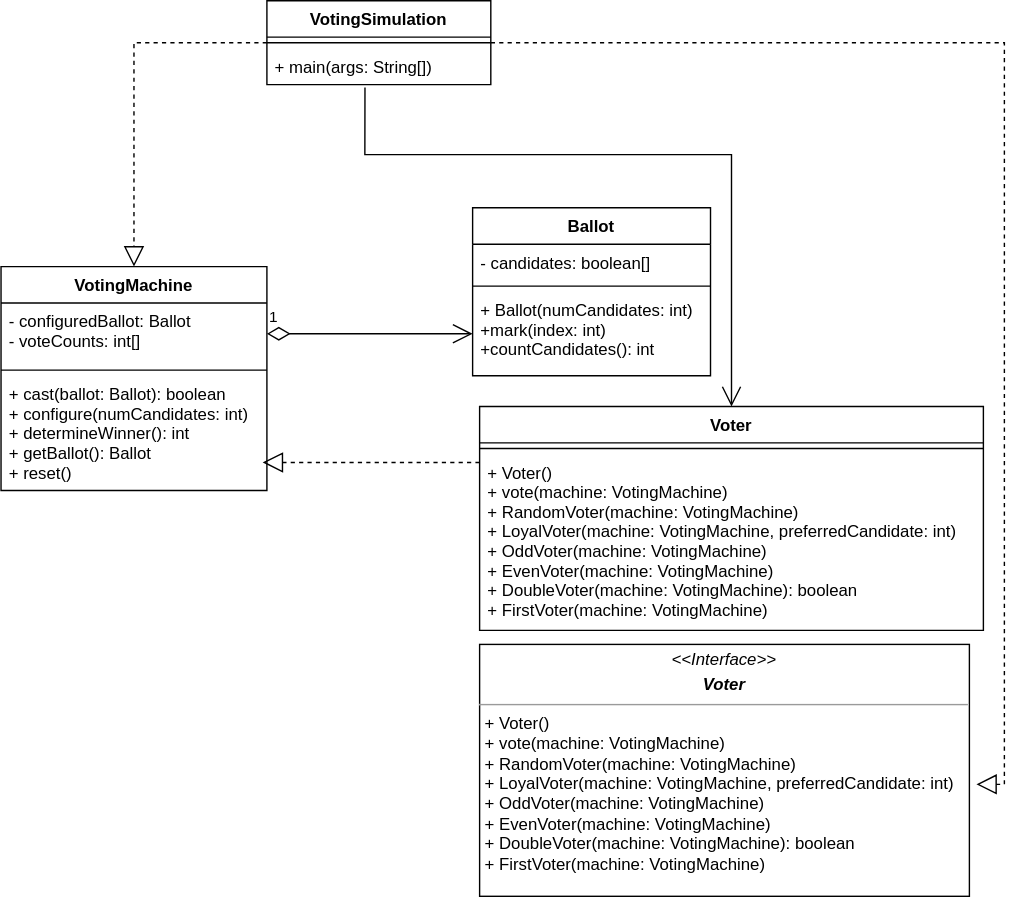
This is Project 4/src/UML_Diagram.svg from ConnorFleischman/Fleischman-Project, a draw.io export, as it was before one commit. Source tidied: cells renumbered, new cells last; positions are measured from the earlier drawing's top-left corner, leaving out a move shared by most shapes. Source of this version:
```xml
<mxGraphModel>
  <root>
    <mxCell id="0" />
    <mxCell id="1" parent="0" />
    <mxCell id="2" value="VotingMachine" style="swimlane;fontStyle=1;align=center;verticalAlign=top;horizontal=1;startSize=26;" parent="1" vertex="1">
      <mxGeometry y="190" width="190" height="160" as="geometry" />
    </mxCell>
    <mxCell id="3" value="- configuredBallot: Ballot&#10;- voteCounts: int[]" style="text;strokeColor=none;fillColor=none;align=left;verticalAlign=top;spacingLeft=4;spacingRight=4;overflow=hidden;points=[[0,0.5],[1,0.5]];portConstraint=eastwest;" parent="2" vertex="1">
      <mxGeometry y="26" width="190" height="44" as="geometry" />
    </mxCell>
    <mxCell id="4" style="line;strokeWidth=1;fillColor=none;align=left;verticalAlign=middle;spacingTop=-1;spacingLeft=3;spacingRight=3;labelPosition=right;strokeColor=inherit;" parent="2" vertex="1">
      <mxGeometry y="70" width="190" height="8" as="geometry" />
    </mxCell>
    <mxCell id="5" value="+ cast(ballot: Ballot): boolean&#10;+ configure(numCandidates: int)&#10;+ determineWinner(): int&#10;+ getBallot(): Ballot&#10;+ reset()" style="text;strokeColor=none;fillColor=none;align=left;verticalAlign=top;spacingLeft=4;spacingRight=4;overflow=hidden;points=[[0,0.5],[1,0.5]];portConstraint=eastwest;" parent="2" vertex="1">
      <mxGeometry y="78" width="190" height="82" as="geometry" />
    </mxCell>
    <mxCell id="6" value="VotingSimulation" style="swimlane;fontStyle=1;align=center;verticalAlign=top;horizontal=1;startSize=26;" parent="1" vertex="1">
      <mxGeometry x="190" width="160" height="60" as="geometry" />
    </mxCell>
    <mxCell id="7" style="line;strokeWidth=1;fillColor=none;align=left;verticalAlign=middle;spacingTop=-1;spacingLeft=3;spacingRight=3;labelPosition=right;strokeColor=inherit;" parent="6" vertex="1">
      <mxGeometry y="26" width="160" height="8" as="geometry" />
    </mxCell>
    <mxCell id="8" value="+ main(args: String[])" style="text;strokeColor=none;fillColor=none;align=left;verticalAlign=top;spacingLeft=4;spacingRight=4;overflow=hidden;points=[[0,0.5],[1,0.5]];portConstraint=eastwest;" parent="6" vertex="1">
      <mxGeometry y="34" width="160" height="26" as="geometry" />
    </mxCell>
    <mxCell id="9" style="endArrow=block;dashed=1;endFill=0;endSize=12;html=1;rounded=0;exitX=0;exitY=0.5;exitDx=0;exitDy=0;entryX=0.5;entryY=0;entryDx=0;entryDy=0;" parent="1" edge="1" source="6" target="2">
      <mxGeometry relative="1" as="geometry">
        <Array as="points">
          <mxPoint x="95" y="30" />
        </Array>
      </mxGeometry>
    </mxCell>
    <mxCell id="10" value="Ballot" style="swimlane;fontStyle=1;align=center;verticalAlign=top;horizontal=1;startSize=26;" parent="1" vertex="1">
      <mxGeometry x="337" y="148" width="170" height="120" as="geometry" />
    </mxCell>
    <mxCell id="11" value="- candidates: boolean[]" style="text;strokeColor=none;fillColor=none;align=left;verticalAlign=top;spacingLeft=4;spacingRight=4;overflow=hidden;" parent="10" vertex="1">
      <mxGeometry y="26" width="170" height="26" as="geometry" />
    </mxCell>
    <mxCell id="12" style="line;strokeWidth=1;fillColor=none;align=left;verticalAlign=middle;spacingTop=-1;spacingLeft=3;spacingRight=3;labelPosition=right;strokeColor=inherit;" parent="10" vertex="1">
      <mxGeometry y="52" width="170" height="8" as="geometry" />
    </mxCell>
    <mxCell id="13" value="+ Ballot(numCandidates: int)&#10;+mark(index: int)&#10;+countCandidates(): int" style="text;strokeColor=none;fillColor=none;align=left;verticalAlign=top;spacingLeft=4;spacingRight=4;overflow=hidden;points=[[0,0.5],[1,0.5]];portConstraint=eastwest;" parent="10" vertex="1">
      <mxGeometry y="60" width="170" height="60" as="geometry" />
    </mxCell>
    <mxCell id="14" value="Voter" style="swimlane;fontStyle=1;align=center;verticalAlign=top;horizontal=1;startSize=26;" parent="1" vertex="1">
      <mxGeometry x="342" y="290" width="360" height="160" as="geometry" />
    </mxCell>
    <mxCell id="15" style="line;strokeWidth=1;fillColor=none;align=left;verticalAlign=middle;spacingTop=-1;spacingLeft=3;spacingRight=3;labelPosition=right;strokeColor=inherit;" parent="14" vertex="1">
      <mxGeometry y="26" width="360" height="8" as="geometry" />
    </mxCell>
    <mxCell id="16" value="+ Voter()&#10;+ vote(machine: VotingMachine)&#10;+ RandomVoter(machine: VotingMachine)&#10;+ LoyalVoter(machine: VotingMachine, preferredCandidate: int)&#10;+ OddVoter(machine: VotingMachine)&#10;+ EvenVoter(machine: VotingMachine)&#10;+ DoubleVoter(machine: VotingMachine): boolean&#10;+ FirstVoter(machine: VotingMachine)" style="text;strokeColor=none;fillColor=none;align=left;verticalAlign=top;spacingLeft=4;spacingRight=4;overflow=hidden;" parent="14" vertex="1">
      <mxGeometry y="34" width="360" height="126" as="geometry" />
    </mxCell>
    <mxCell id="17" style="endArrow=block;dashed=1;endFill=0;endSize=12;html=1;rounded=0;exitX=0;exitY=0.25;exitDx=0;exitDy=0;" parent="1" edge="1" source="14">
      <mxGeometry relative="1" as="geometry">
        <mxPoint x="187" y="330" as="targetPoint" />
      </mxGeometry>
    </mxCell>
    <mxCell id="18" value="1" style="endArrow=open;html=1;endSize=12;startArrow=diamondThin;startSize=14;startFill=0;edgeStyle=orthogonalEdgeStyle;align=left;verticalAlign=bottom;rounded=0;exitX=1;exitY=0.5;exitDx=0;exitDy=0;entryX=0;entryY=0.5;entryDx=0;entryDy=0;" parent="1" edge="1" source="3" target="13">
      <mxGeometry x="-1" y="3" relative="1" as="geometry" />
    </mxCell>
    <mxCell id="19" value="&lt;p style=&quot;margin:0px;margin-top:4px;text-align:center;&quot;&gt;&lt;i&gt;&amp;lt;&amp;lt;Interface&amp;gt;&amp;gt;&lt;/i&gt;&lt;/p&gt;&lt;p style=&quot;margin:0px;margin-top:4px;text-align:center;&quot;&gt;&lt;i&gt;&lt;b&gt;Voter&lt;/b&gt;&lt;/i&gt;&lt;/p&gt;&lt;hr size=&quot;1&quot;&gt;&lt;p style=&quot;margin:0px;margin-left:4px;&quot;&gt;+ Voter()&lt;br style=&quot;padding: 0px; margin: 0px;&quot;&gt;+ vote(machine: VotingMachine)&lt;br style=&quot;padding: 0px; margin: 0px;&quot;&gt;+ RandomVoter(machine: VotingMachine)&lt;br style=&quot;padding: 0px; margin: 0px;&quot;&gt;+ LoyalVoter(machine: VotingMachine, preferredCandidate: int)&lt;br style=&quot;padding: 0px; margin: 0px;&quot;&gt;+ OddVoter(machine: VotingMachine)&lt;br style=&quot;padding: 0px; margin: 0px;&quot;&gt;+ EvenVoter(machine: VotingMachine)&lt;br style=&quot;padding: 0px; margin: 0px;&quot;&gt;+ DoubleVoter(machine: VotingMachine): boolean&lt;br style=&quot;padding: 0px; margin: 0px;&quot;&gt;+ FirstVoter(machine: VotingMachine)&lt;br&gt;&lt;/p&gt;" style="verticalAlign=top;align=left;overflow=fill;fontSize=12;fontFamily=Helvetica;html=1;" parent="1" vertex="1">
      <mxGeometry x="342" y="460" width="350" height="180" as="geometry" />
    </mxCell>
    <mxCell id="20" style="endArrow=block;dashed=1;endFill=0;endSize=12;html=1;rounded=0;exitX=1;exitY=0.5;exitDx=0;exitDy=0;" parent="1" edge="1" source="6">
      <mxGeometry relative="1" as="geometry">
        <mxPoint x="697" y="560" as="targetPoint" />
        <Array as="points">
          <mxPoint x="717" y="30" />
          <mxPoint x="717" y="560" />
        </Array>
      </mxGeometry>
    </mxCell>
    <mxCell id="21" style="endArrow=open;endFill=1;endSize=12;html=1;rounded=0;exitX=0.438;exitY=1.077;exitDx=0;exitDy=0;exitPerimeter=0;entryX=0.5;entryY=0;entryDx=0;entryDy=0;" parent="1" edge="1" source="8" target="14">
      <mxGeometry relative="1" as="geometry">
        <Array as="points">
          <mxPoint x="260" y="110" />
          <mxPoint x="522" y="110" />
        </Array>
      </mxGeometry>
    </mxCell>
  </root>
</mxGraphModel>
```
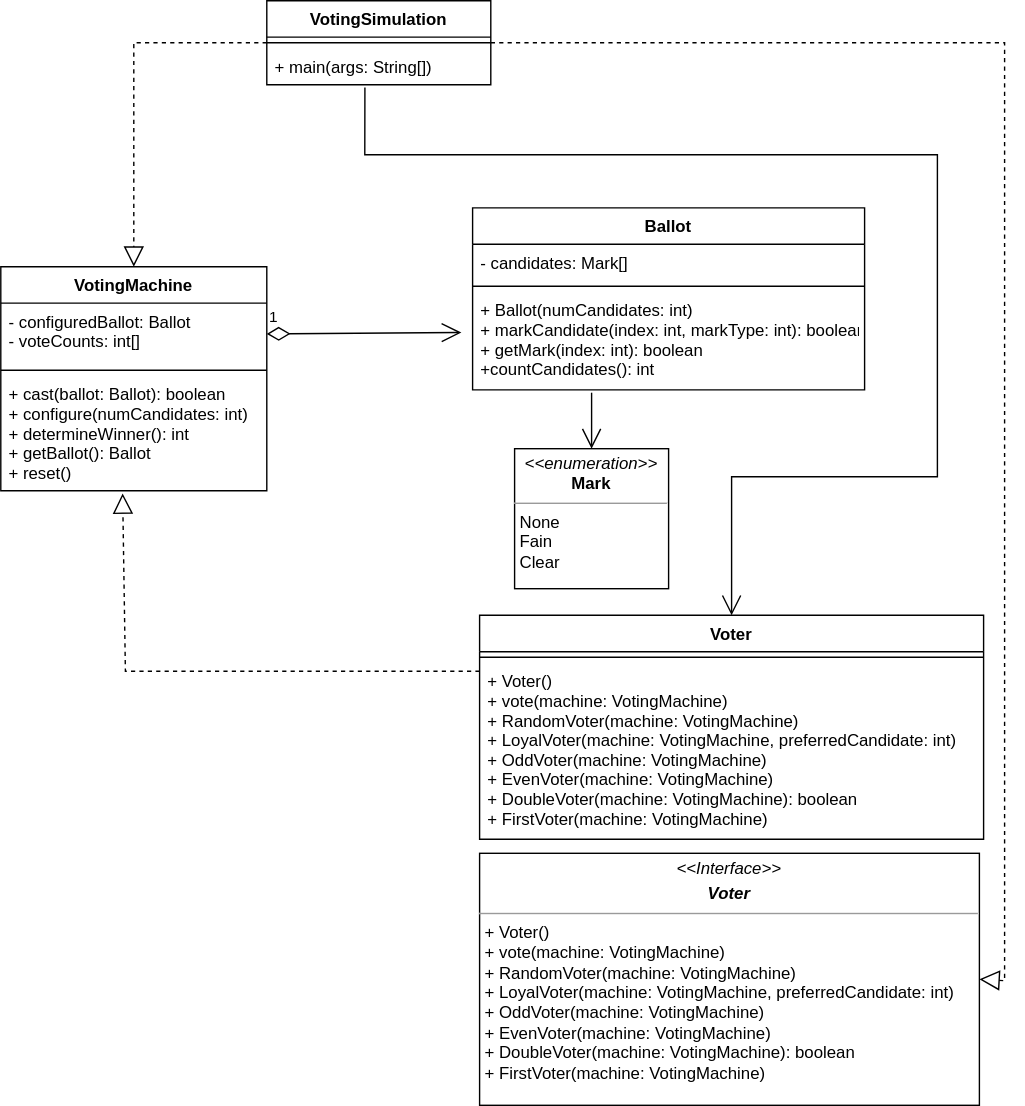
After the change.

Change to the diagram source:
```diff
@@ -31,19 +31,19 @@
       </mxGeometry>
     </mxCell>
     <mxCell id="10" value="Ballot" style="swimlane;fontStyle=1;align=center;verticalAlign=top;horizontal=1;startSize=26;" parent="1" vertex="1">
-      <mxGeometry x="337" y="148" width="170" height="120" as="geometry" />
+      <mxGeometry x="337" y="148" width="280" height="130" as="geometry" />
     </mxCell>
-    <mxCell id="11" value="- candidates: boolean[]" style="text;strokeColor=none;fillColor=none;align=left;verticalAlign=top;spacingLeft=4;spacingRight=4;overflow=hidden;" parent="10" vertex="1">
-      <mxGeometry y="26" width="170" height="26" as="geometry" />
+    <mxCell id="11" value="- candidates: Mark[]" style="text;strokeColor=none;fillColor=none;align=left;verticalAlign=top;spacingLeft=4;spacingRight=4;overflow=hidden;" parent="10" vertex="1">
+      <mxGeometry y="26" width="280" height="26" as="geometry" />
     </mxCell>
     <mxCell id="12" style="line;strokeWidth=1;fillColor=none;align=left;verticalAlign=middle;spacingTop=-1;spacingLeft=3;spacingRight=3;labelPosition=right;strokeColor=inherit;" parent="10" vertex="1">
-      <mxGeometry y="52" width="170" height="8" as="geometry" />
+      <mxGeometry y="52" width="280" height="8" as="geometry" />
     </mxCell>
-    <mxCell id="13" value="+ Ballot(numCandidates: int)&#10;+mark(index: int)&#10;+countCandidates(): int" style="text;strokeColor=none;fillColor=none;align=left;verticalAlign=top;spacingLeft=4;spacingRight=4;overflow=hidden;points=[[0,0.5],[1,0.5]];portConstraint=eastwest;" parent="10" vertex="1">
-      <mxGeometry y="60" width="170" height="60" as="geometry" />
+    <mxCell id="13" value="+ Ballot(numCandidates: int)&#10;+ markCandidate(index: int, markType: int): boolean&#10;+ getMark(index: int): boolean&#10;+countCandidates(): int" style="text;strokeColor=none;fillColor=none;align=left;verticalAlign=top;spacingLeft=4;spacingRight=4;overflow=hidden;points=[[0,0.5],[1,0.5]];portConstraint=eastwest;" parent="10" vertex="1">
+      <mxGeometry y="60" width="280" height="70" as="geometry" />
     </mxCell>
     <mxCell id="14" value="Voter" style="swimlane;fontStyle=1;align=center;verticalAlign=top;horizontal=1;startSize=26;" parent="1" vertex="1">
-      <mxGeometry x="342" y="290" width="360" height="160" as="geometry" />
+      <mxGeometry x="342" y="439" width="360" height="160" as="geometry" />
     </mxCell>
     <mxCell id="15" style="line;strokeWidth=1;fillColor=none;align=left;verticalAlign=middle;spacingTop=-1;spacingLeft=3;spacingRight=3;labelPosition=right;strokeColor=inherit;" parent="14" vertex="1">
       <mxGeometry y="26" width="360" height="8" as="geometry" />
@@ -51,23 +51,29 @@
     <mxCell id="16" value="+ Voter()&#10;+ vote(machine: VotingMachine)&#10;+ RandomVoter(machine: VotingMachine)&#10;+ LoyalVoter(machine: VotingMachine, preferredCandidate: int)&#10;+ OddVoter(machine: VotingMachine)&#10;+ EvenVoter(machine: VotingMachine)&#10;+ DoubleVoter(machine: VotingMachine): boolean&#10;+ FirstVoter(machine: VotingMachine)" style="text;strokeColor=none;fillColor=none;align=left;verticalAlign=top;spacingLeft=4;spacingRight=4;overflow=hidden;" parent="14" vertex="1">
       <mxGeometry y="34" width="360" height="126" as="geometry" />
     </mxCell>
-    <mxCell id="17" style="endArrow=block;dashed=1;endFill=0;endSize=12;html=1;rounded=0;exitX=0;exitY=0.25;exitDx=0;exitDy=0;" parent="1" edge="1" source="14">
+    <mxCell id="17" style="endArrow=block;dashed=1;endFill=0;endSize=12;html=1;rounded=0;exitX=0;exitY=0.25;exitDx=0;exitDy=0;entryX=0.458;entryY=1.024;entryDx=0;entryDy=0;entryPerimeter=0;" parent="1" edge="1" source="14" target="5">
       <mxGeometry relative="1" as="geometry">
-        <mxPoint x="187" y="330" as="targetPoint" />
+        <Array as="points">
+          <mxPoint x="89" y="479" />
+        </Array>
       </mxGeometry>
     </mxCell>
-    <mxCell id="18" value="1" style="endArrow=open;html=1;endSize=12;startArrow=diamondThin;startSize=14;startFill=0;edgeStyle=orthogonalEdgeStyle;align=left;verticalAlign=bottom;rounded=0;exitX=1;exitY=0.5;exitDx=0;exitDy=0;entryX=0;entryY=0.5;entryDx=0;entryDy=0;" parent="1" edge="1" source="3" target="13">
-      <mxGeometry x="-1" y="3" relative="1" as="geometry" />
+    <mxCell id="18" value="1" style="endArrow=open;html=1;endSize=12;startArrow=diamondThin;startSize=14;startFill=0;edgeStyle=orthogonalEdgeStyle;align=left;verticalAlign=bottom;rounded=0;exitX=1;exitY=0.5;exitDx=0;exitDy=0;" parent="1" edge="1" source="3">
+      <mxGeometry x="-1" y="3" relative="1" as="geometry">
+        <mxPoint x="329" y="237" as="targetPoint" />
+        <Array as="points">
+          <mxPoint x="329" y="238" />
+        </Array>
+      </mxGeometry>
     </mxCell>
     <mxCell id="19" value="&lt;p style=&quot;margin:0px;margin-top:4px;text-align:center;&quot;&gt;&lt;i&gt;&amp;lt;&amp;lt;Interface&amp;gt;&amp;gt;&lt;/i&gt;&lt;/p&gt;&lt;p style=&quot;margin:0px;margin-top:4px;text-align:center;&quot;&gt;&lt;i&gt;&lt;b&gt;Voter&lt;/b&gt;&lt;/i&gt;&lt;/p&gt;&lt;hr size=&quot;1&quot;&gt;&lt;p style=&quot;margin:0px;margin-left:4px;&quot;&gt;+ Voter()&lt;br style=&quot;padding: 0px; margin: 0px;&quot;&gt;+ vote(machine: VotingMachine)&lt;br style=&quot;padding: 0px; margin: 0px;&quot;&gt;+ RandomVoter(machine: VotingMachine)&lt;br style=&quot;padding: 0px; margin: 0px;&quot;&gt;+ LoyalVoter(machine: VotingMachine, preferredCandidate: int)&lt;br style=&quot;padding: 0px; margin: 0px;&quot;&gt;+ OddVoter(machine: VotingMachine)&lt;br style=&quot;padding: 0px; margin: 0px;&quot;&gt;+ EvenVoter(machine: VotingMachine)&lt;br style=&quot;padding: 0px; margin: 0px;&quot;&gt;+ DoubleVoter(machine: VotingMachine): boolean&lt;br style=&quot;padding: 0px; margin: 0px;&quot;&gt;+ FirstVoter(machine: VotingMachine)&lt;br&gt;&lt;/p&gt;" style="verticalAlign=top;align=left;overflow=fill;fontSize=12;fontFamily=Helvetica;html=1;" parent="1" vertex="1">
-      <mxGeometry x="342" y="460" width="350" height="180" as="geometry" />
+      <mxGeometry x="342" y="609" width="357" height="180" as="geometry" />
     </mxCell>
-    <mxCell id="20" style="endArrow=block;dashed=1;endFill=0;endSize=12;html=1;rounded=0;exitX=1;exitY=0.5;exitDx=0;exitDy=0;" parent="1" edge="1" source="6">
+    <mxCell id="20" style="endArrow=block;dashed=1;endFill=0;endSize=12;html=1;rounded=0;exitX=1;exitY=0.5;exitDx=0;exitDy=0;entryX=1;entryY=0.5;entryDx=0;entryDy=0;" parent="1" edge="1" source="6" target="19">
       <mxGeometry relative="1" as="geometry">
-        <mxPoint x="697" y="560" as="targetPoint" />
         <Array as="points">
           <mxPoint x="717" y="30" />
-          <mxPoint x="717" y="560" />
+          <mxPoint x="717" y="700" />
         </Array>
       </mxGeometry>
     </mxCell>
@@ -75,9 +81,19 @@
       <mxGeometry relative="1" as="geometry">
         <Array as="points">
           <mxPoint x="260" y="110" />
-          <mxPoint x="522" y="110" />
+          <mxPoint x="669" y="110" />
+          <mxPoint x="669" y="340" />
+          <mxPoint x="522" y="340" />
         </Array>
       </mxGeometry>
     </mxCell>
+    <mxCell id="22" value="&lt;p style=&quot;margin:0px;margin-top:4px;text-align:center;&quot;&gt;&lt;i&gt;&amp;lt;&amp;lt;enumeration&amp;gt;&amp;gt;&lt;/i&gt;&lt;br&gt;&lt;b&gt;Mark&lt;/b&gt;&lt;/p&gt;&lt;hr size=&quot;1&quot;&gt;&lt;p style=&quot;margin:0px;margin-left:4px;&quot;&gt;None&lt;/p&gt;&lt;p style=&quot;margin:0px;margin-left:4px;&quot;&gt;Fain&lt;/p&gt;&lt;p style=&quot;margin:0px;margin-left:4px;&quot;&gt;Clear&lt;/p&gt;" style="verticalAlign=top;align=left;overflow=fill;fontSize=12;fontFamily=Helvetica;html=1;" parent="1" vertex="1">
+      <mxGeometry x="367" y="320" width="110" height="100" as="geometry" />
+    </mxCell>
+    <mxCell id="23" style="endArrow=open;endFill=1;endSize=12;html=1;rounded=0;entryX=0.5;entryY=0;entryDx=0;entryDy=0;" parent="1" edge="1" target="22">
+      <mxGeometry relative="1" as="geometry">
+        <mxPoint x="422" y="280" as="sourcePoint" />
+      </mxGeometry>
+    </mxCell>
   </root>
 </mxGraphModel>
```
